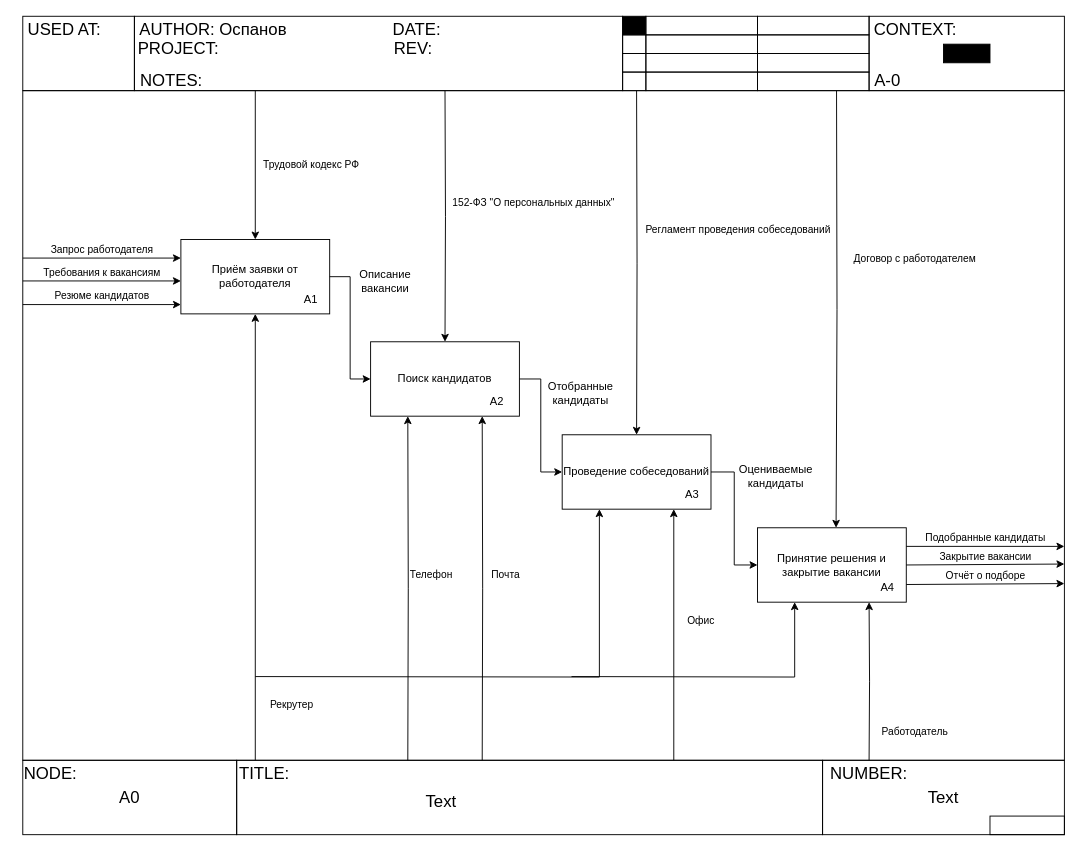
Earlier version of the draw.io diagram декомпозиция.drawio (Regdal-cyber/Coursework). Source tidied: cells renumbered, new cells numbered last; positions are measured from the earlier drawing's top-left corner, leaving out a move shared by most shapes. Both pictures are drawn from the tidied source at 93%, with x=0, y=0 at pixel (22, 16).
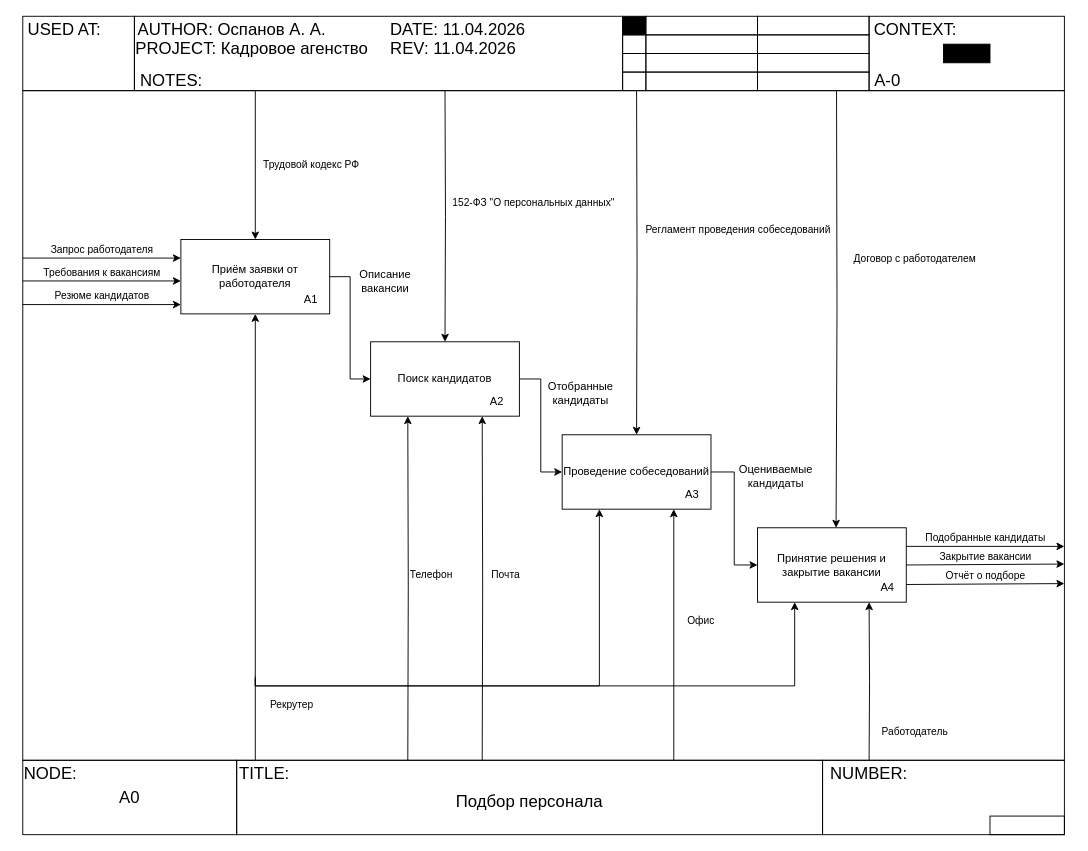
The same page after the edit.

The change refers to these unchanged cells:
```xml
<mxCell id="10" value="Проведение собеседований" style="rounded=0;whiteSpace=wrap;html=1;" parent="9" vertex="1">
  <mxGeometry width="160" height="80" as="geometry" />
</mxCell>
<mxCell id="13" value="Принятие решения и закрытие вакансии" style="rounded=0;whiteSpace=wrap;html=1;" parent="12" vertex="1">
  <mxGeometry width="160" height="80" as="geometry" />
</mxCell>
```

What changed in the source:
```diff
@@
+    <mxCell id="37" style="rounded=0;whiteSpace=wrap;html=1;fillColor=none;" parent="1" vertex="1">
+      <mxGeometry y="80" width="1120" height="720" as="geometry" />
+    </mxCell>
@@
     <mxCell id="29" style="endArrow=classic;html=1;rounded=0;entryX=0.25;entryY=1;entryDx=0;entryDy=0;verticalAlign=middle;horizontal=1;spacingTop=0;spacingLeft=-2;edgeStyle=orthogonalEdgeStyle;" parent="1" edge="1" target="10">
       <mxGeometry x="0.78" relative="1" as="geometry">
         <mxPoint x="250" y="710" as="sourcePoint" />
+        <Array as="points">
+          <mxPoint x="250" y="720" />
+          <mxPoint x="620" y="720" />
+        </Array>
       </mxGeometry>
     </mxCell>
@@
     <mxCell id="35" style="endArrow=classic;html=1;rounded=0;entryX=0.25;entryY=1;entryDx=0;entryDy=0;verticalAlign=bottom;horizontal=1;spacingTop=0;spacingLeft=-2;edgeStyle=orthogonalEdgeStyle;" parent="1" edge="1" target="13">
       <mxGeometry x="0.78" relative="1" as="geometry">
-        <mxPoint x="590" y="710" as="sourcePoint" />
+        <mxPoint x="250" y="712" as="sourcePoint" />
+        <Array as="points">
+          <mxPoint x="250" y="720" />
+          <mxPoint x="830" y="720" />
+        </Array>
       </mxGeometry>
     </mxCell>
@@
-    <mxCell id="37" style="rounded=0;whiteSpace=wrap;html=1;fillColor=none;" parent="1" vertex="1">
-      <mxGeometry y="80" width="1120" height="720" as="geometry" />
-    </mxCell>
@@
-    <mxCell id="44" value="Text" style="text;html=1;align=center;verticalAlign=middle;whiteSpace=wrap;rounded=0;fontSize=18;" parent="1" vertex="1">
-      <mxGeometry x="420" y="830" width="60" height="30" as="geometry" />
+    <mxCell id="44" value="Подбор персонала" style="text;html=1;align=center;verticalAlign=middle;whiteSpace=wrap;rounded=0;fontSize=18;" parent="1" vertex="1">
+      <mxGeometry x="440" y="830" width="210" height="30" as="geometry" />
     </mxCell>
@@
-    <mxCell id="46" value="Text" style="text;html=1;align=center;verticalAlign=middle;whiteSpace=wrap;rounded=0;fontSize=18;" parent="1" vertex="1">
-      <mxGeometry x="960" y="825" width="60" height="30" as="geometry" />
-    </mxCell>
@@
-    <mxCell id="64" value="AUTHOR: Оспанов" style="text;html=1;align=center;verticalAlign=middle;whiteSpace=wrap;rounded=0;fontSize=18;" parent="1" vertex="1">
-      <mxGeometry x="110" width="190" height="30" as="geometry" />
+    <mxCell id="64" value="AUTHOR: Оспанов А. А." style="text;html=1;align=center;verticalAlign=middle;whiteSpace=wrap;rounded=0;fontSize=18;" parent="1" vertex="1">
+      <mxGeometry x="120" width="210" height="30" as="geometry" />
     </mxCell>
-    <mxCell id="65" value="&amp;nbsp;PROJECT:" style="text;html=1;align=center;verticalAlign=middle;whiteSpace=wrap;rounded=0;fontSize=18;" parent="1" vertex="1">
-      <mxGeometry x="110" y="20" width="110" height="30" as="geometry" />
+    <mxCell id="65" value="&amp;nbsp;PROJECT: Кадровое агенство" style="text;html=1;align=center;verticalAlign=middle;whiteSpace=wrap;rounded=0;fontSize=18;" parent="1" vertex="1">
+      <mxGeometry x="114" y="20" width="260" height="30" as="geometry" />
     </mxCell>
@@
-    <mxCell id="67" value="DATE:" style="text;html=1;align=center;verticalAlign=middle;whiteSpace=wrap;rounded=0;fontSize=18;" parent="1" vertex="1">
-      <mxGeometry x="374" width="100" height="30" as="geometry" />
+    <mxCell id="67" value="DATE: 11.04.2026" style="text;html=1;align=center;verticalAlign=middle;whiteSpace=wrap;rounded=0;fontSize=18;" parent="1" vertex="1">
+      <mxGeometry x="390" width="156" height="30" as="geometry" />
     </mxCell>
-    <mxCell id="68" value="REV:" style="text;html=1;align=center;verticalAlign=middle;whiteSpace=wrap;rounded=0;fontSize=18;" parent="1" vertex="1">
-      <mxGeometry x="380" y="20" width="80" height="30" as="geometry" />
+    <mxCell id="68" value="REV: 11.04.2026" style="text;html=1;align=center;verticalAlign=middle;whiteSpace=wrap;rounded=0;fontSize=18;" parent="1" vertex="1">
+      <mxGeometry x="393" y="20" width="140" height="30" as="geometry" />
     </mxCell>
```
